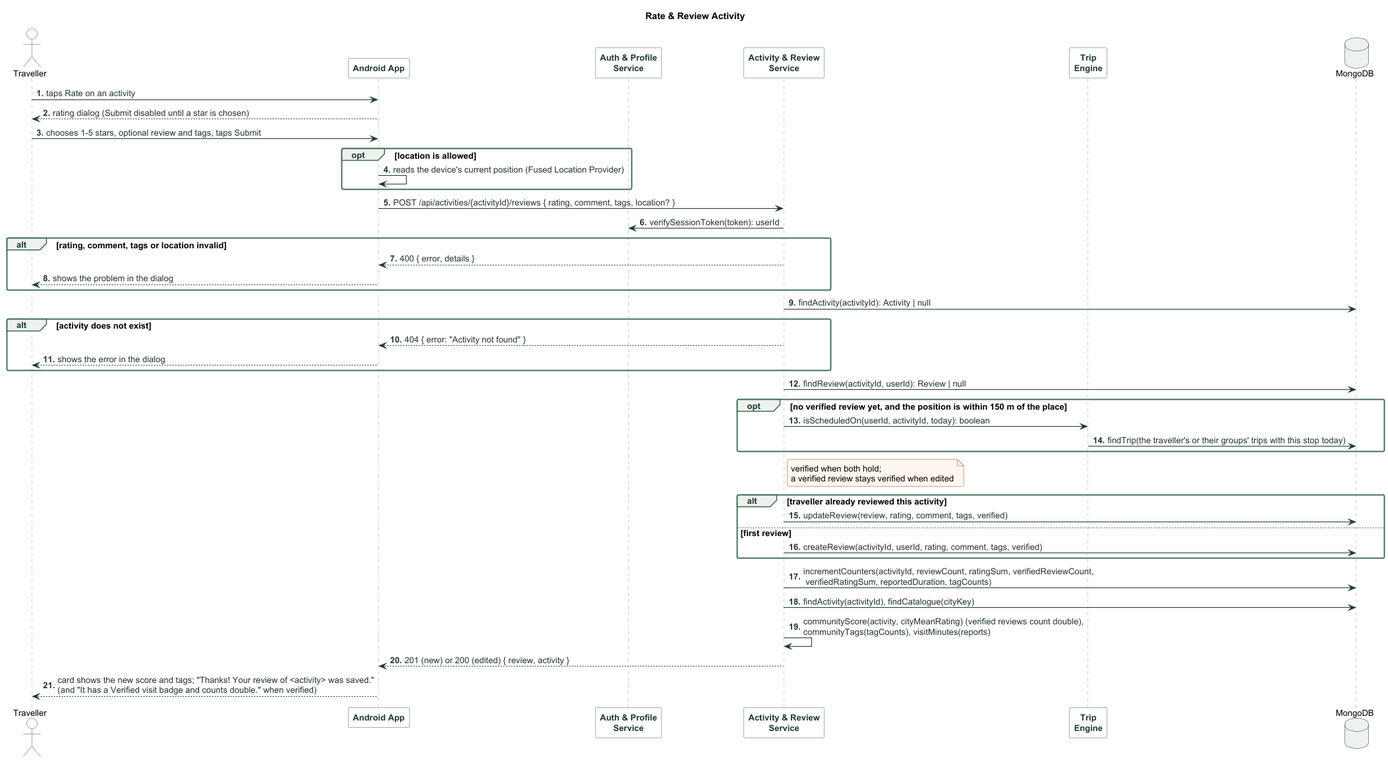
The PlantUML diagram documentation/images/seq_rate_review_activity.png in abhiverma13/TimeTravel, before a commit.
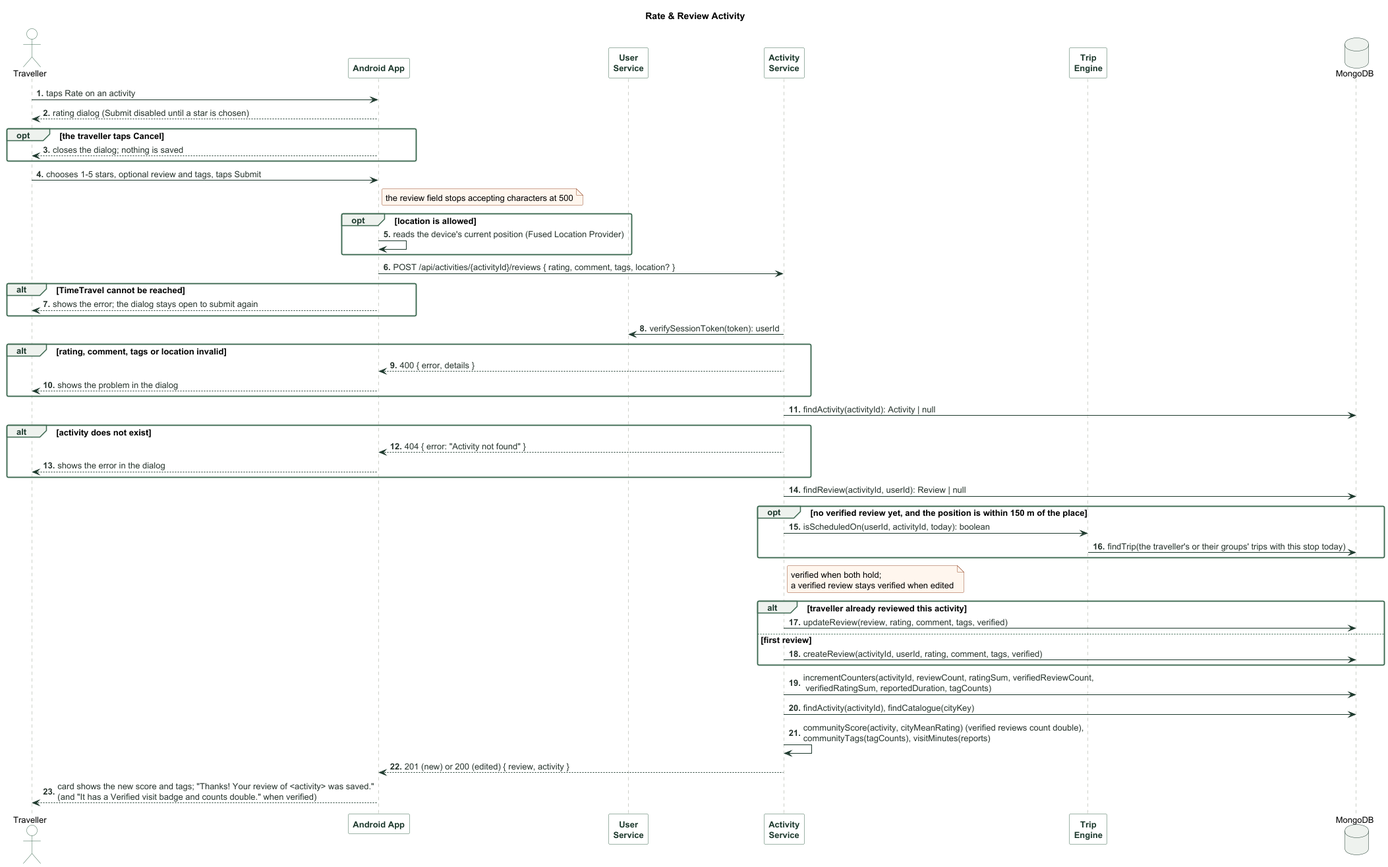
The same diagram one commit later.

Diff of the diagram source:
```diff
@@ -4,18 +4,25 @@
 
 actor Traveller
 participant "Android App" as App
-participant "Auth & Profile\nService" as Auth
-participant "Activity & Review\nService" as Activities
+participant "User\nService" as Auth
+participant "Activity\nService" as Activities
 participant "Trip\nEngine" as Engine
 database MongoDB
 
 Traveller -> App : taps Rate on an activity
 App --> Traveller : rating dialog (Submit disabled until a star is chosen)
+opt the traveller taps Cancel
+  App --> Traveller : closes the dialog; nothing is saved
+end
 Traveller -> App : chooses 1-5 stars, optional review and tags, taps Submit
+note right of App : the review field stops accepting characters at 500
 opt location is allowed
   App -> App : reads the device's current position (Fused Location Provider)
 end
 App -> Activities : POST /api/activities/{activityId}/reviews { rating, comment, tags, location? }
+alt TimeTravel cannot be reached
+  App --> Traveller : shows the error; the dialog stays open to submit again
+end
 Activities -> Auth : verifySessionToken(token): userId
 alt rating, comment, tags or location invalid
   Activities --> App : 400 { error, details }
```
